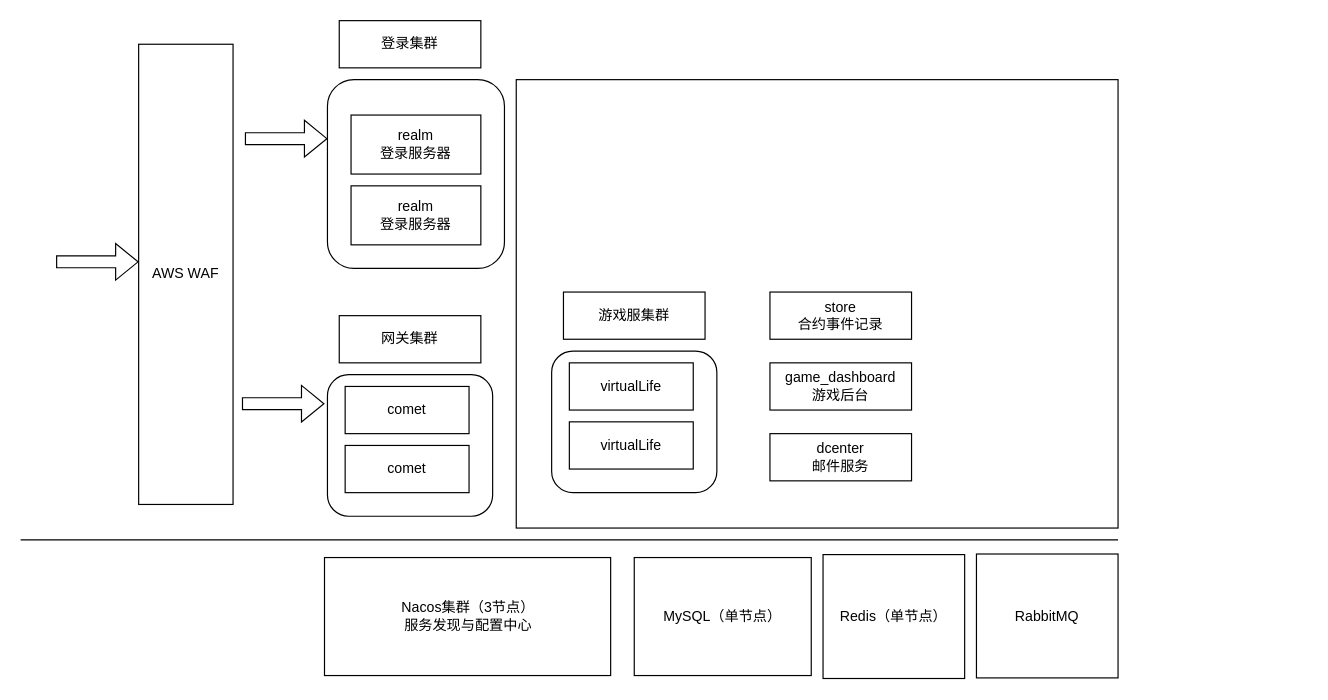
Before: 未命名绘图.drawio in ForLina/egf_config, a draw.io diagram. Source tidied: cells renumbered, new cells numbered last; positions are measured from the earlier drawing's top-left corner, leaving out a move shared by most shapes. Both pictures are drawn from the tidied source at 118%, with x=0, y=0 at pixel (20, 20).
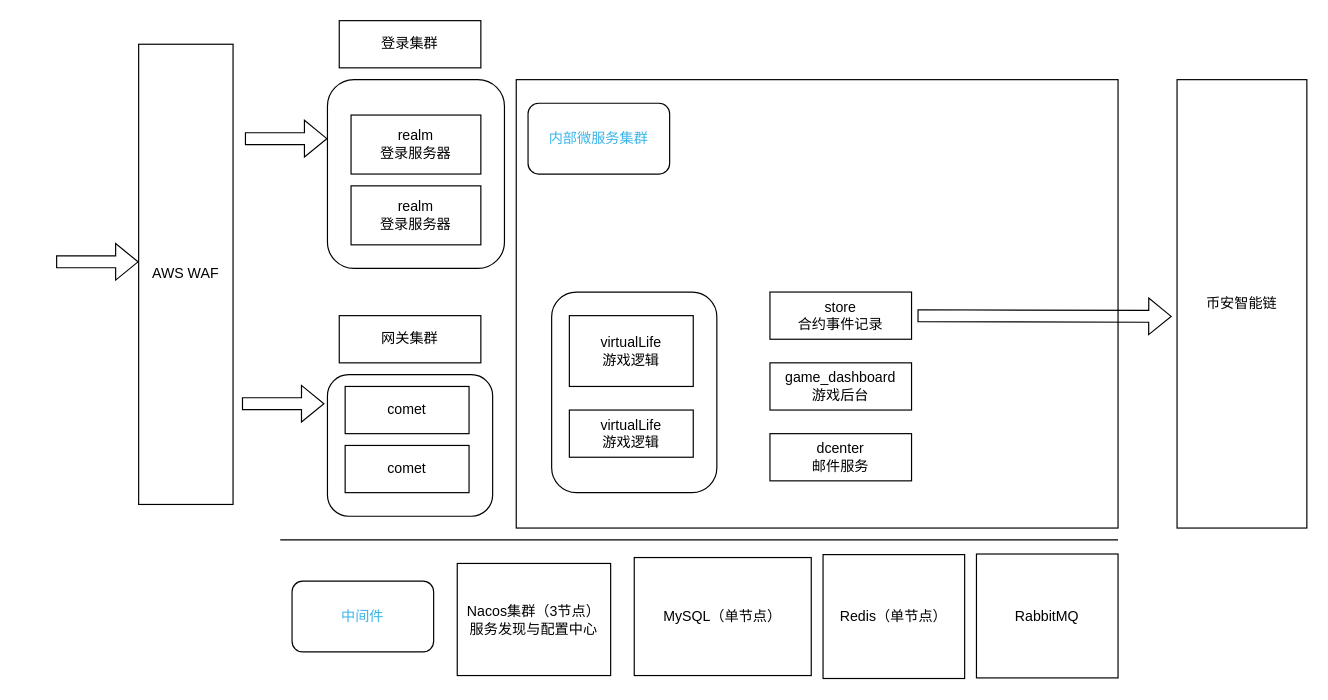
The same diagram, later.

Commit message:
更新未命名绘图.drawio

What changed in the source:
```diff
@@
     <mxCell id="7" style="rounded=1;whiteSpace=wrap;html=1;" parent="1" vertex="1">
-      <mxGeometry x="450" y="280" width="140" height="120" as="geometry" />
+      <mxGeometry x="450" y="230" width="140" height="170" as="geometry" />
     </mxCell>
-    <mxCell id="8" value="virtualLife" style="rounded=0;whiteSpace=wrap;html=1;" parent="1" vertex="1">
-      <mxGeometry x="465" y="290" width="105" height="40" as="geometry" />
+    <mxCell id="8" value="virtualLife&lt;br&gt;游戏逻辑" style="rounded=0;whiteSpace=wrap;html=1;" parent="1" vertex="1">
+      <mxGeometry x="465" y="250" width="105" height="60" as="geometry" />
     </mxCell>
-    <mxCell id="9" value="virtualLife" style="rounded=0;whiteSpace=wrap;html=1;" parent="1" vertex="1">
-      <mxGeometry x="465" y="340" width="105" height="40" as="geometry" />
+    <mxCell id="9" value="virtualLife&lt;br&gt;游戏逻辑" style="rounded=0;whiteSpace=wrap;html=1;" parent="1" vertex="1">
+      <mxGeometry x="465" y="330" width="105" height="40" as="geometry" />
     </mxCell>
-    <mxCell id="10" value="游戏服集群" style="rounded=0;whiteSpace=wrap;html=1;" parent="1" vertex="1">
-      <mxGeometry x="460" y="230" width="120" height="40" as="geometry" />
-    </mxCell>
     <mxCell id="11" value="Nacos集群（3节点）&lt;br&gt;服务发现与配置中心" style="rounded=0;whiteSpace=wrap;html=1;" parent="1" vertex="1">
-      <mxGeometry x="257.5" y="455" width="242.5" height="100" as="geometry" />
+      <mxGeometry x="370" y="460" width="130" height="95" as="geometry" />
     </mxCell>
@@
     <mxCell id="18" style="endArrow=none;html=1;rounded=0;" parent="1" edge="1">
       <mxGeometry relative="1" as="geometry">
-        <mxPoint y="440" as="sourcePoint" />
+        <mxPoint x="220" y="440" as="sourcePoint" />
         <mxPoint x="930" y="440" as="targetPoint" />
       </mxGeometry>
     </mxCell>
@@
+    <mxCell id="27" value="&lt;font color=&quot;#3bb4e8&quot;&gt;内部微服务集群&lt;/font&gt;" style="rounded=1;whiteSpace=wrap;html=1;" parent="1" vertex="1">
+      <mxGeometry x="430" y="70" width="120" height="60" as="geometry" />
+    </mxCell>
+    <mxCell id="28" value="&lt;font color=&quot;#3bb4e8&quot;&gt;中间件&lt;/font&gt;" style="rounded=1;whiteSpace=wrap;html=1;" parent="1" vertex="1">
+      <mxGeometry x="230" y="475" width="120" height="60" as="geometry" />
+    </mxCell>
+    <mxCell id="29" value="币安智能链" style="rounded=0;whiteSpace=wrap;html=1;" parent="1" vertex="1">
+      <mxGeometry x="980" y="50" width="110" height="380" as="geometry" />
+    </mxCell>
+    <mxCell id="30" style="shape=flexArrow;endArrow=classic;html=1;rounded=0;entryX=-0.041;entryY=0.528;entryDx=0;entryDy=0;entryPerimeter=0;" parent="1" edge="1" target="29">
+      <mxGeometry relative="1" as="geometry">
+        <mxPoint x="760" y="250" as="sourcePoint" />
+      </mxGeometry>
+    </mxCell>
```
